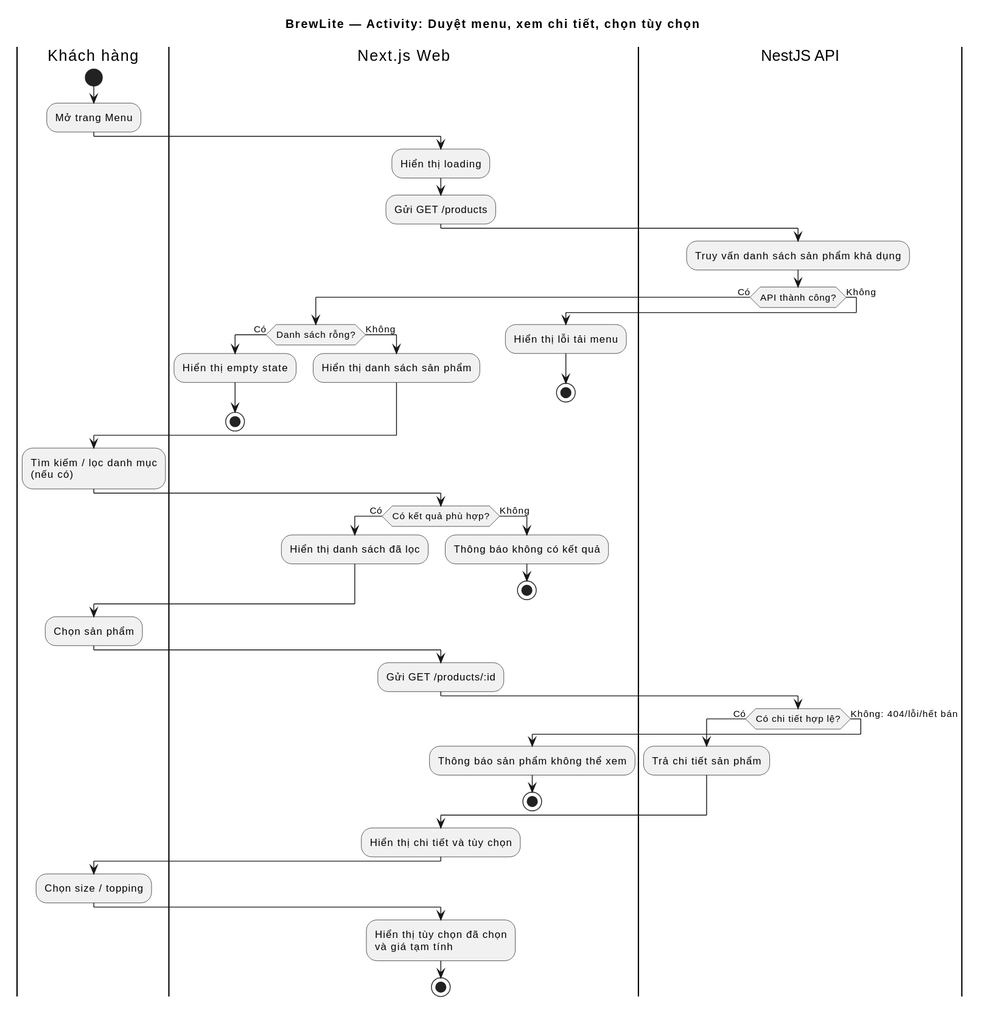
Before: docs/diagrams/activity-browse.svg, a diagram exported from PlantUML (ChienPM-27/BrewLite_assignment2). Source of this version:
```plantuml
@startuml
title BrewLite — Activity: Duyệt menu, xem chi tiết, chọn tùy chọn
skinparam shadowing false
|Khách hàng|
start
:Mở trang Menu;
|Next.js Web|
:Hiển thị loading;
:Gửi GET /products;
|NestJS API|
:Truy vấn danh sách sản phẩm khả dụng;
if (API thành công?) then (Có)
  |Next.js Web|
  if (Danh sách rỗng?) then (Có)
    :Hiển thị empty state;
    stop
  else (Không)
    :Hiển thị danh sách sản phẩm;
  endif
else (Không)
  |Next.js Web|
  :Hiển thị lỗi tải menu;
  stop
endif
|Khách hàng|
:Tìm kiếm / lọc danh mục\n(nếu có);
|Next.js Web|
if (Có kết quả phù hợp?) then (Có)
  :Hiển thị danh sách đã lọc;
else (Không)
  :Thông báo không có kết quả;
  stop
endif
|Khách hàng|
:Chọn sản phẩm;
|Next.js Web|
:Gửi GET /products/:id;
|NestJS API|
if (Có chi tiết hợp lệ?) then (Có)
  :Trả chi tiết sản phẩm;
else (Không: 404/lỗi/hết bán)
  |Next.js Web|
  :Thông báo sản phẩm không thể xem;
  stop
endif
|Next.js Web|
:Hiển thị chi tiết và tùy chọn;
|Khách hàng|
:Chọn size / topping;
|Next.js Web|
:Hiển thị tùy chọn đã chọn\nvà giá tạm tính;

stop
@enduml
```
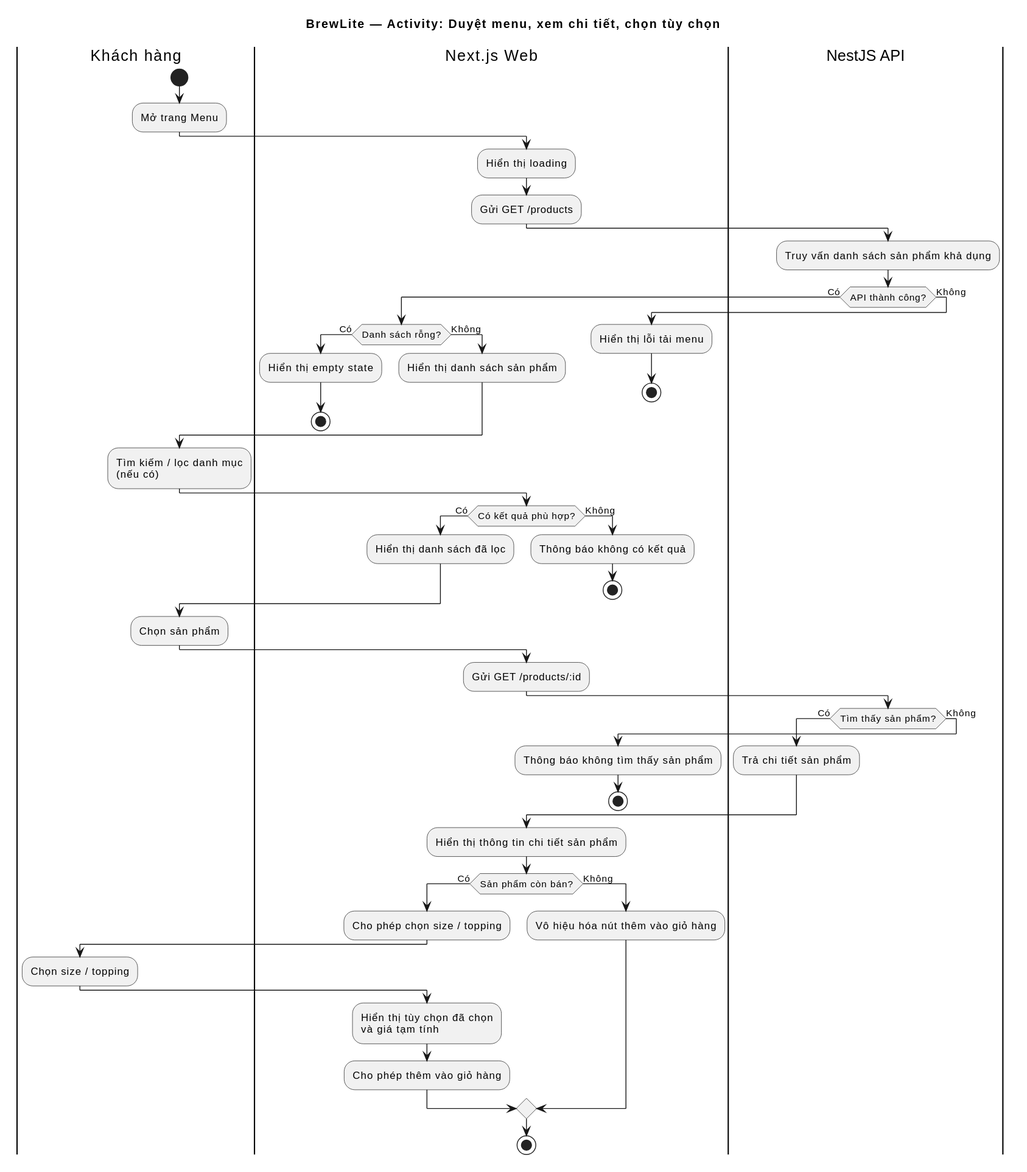
After the change.

Commit message:
docs(sp1-03): sync AC codes, update C4 SVG and activity diagram

Diff of the diagram source:
```diff
@@ -36,19 +36,27 @@
 |Next.js Web|
 :Gửi GET /products/:id;
 |NestJS API|
-if (Có chi tiết hợp lệ?) then (Có)
+if (Tìm thấy sản phẩm?) then (Có)
   :Trả chi tiết sản phẩm;
-else (Không: 404/lỗi/hết bán)
+else (Không)
   |Next.js Web|
-  :Thông báo sản phẩm không thể xem;
+  :Thông báo không tìm thấy sản phẩm;
   stop
 endif
+
 |Next.js Web|
-:Hiển thị chi tiết và tùy chọn;
-|Khách hàng|
-:Chọn size / topping;
-|Next.js Web|
-:Hiển thị tùy chọn đã chọn\nvà giá tạm tính;
+:Hiển thị thông tin chi tiết sản phẩm;
+
+if (Sản phẩm còn bán?) then (Có)
+  :Cho phép chọn size / topping;
+  |Khách hàng|
+  :Chọn size / topping;
+  |Next.js Web|
+  :Hiển thị tùy chọn đã chọn\nvà giá tạm tính;
+  :Cho phép thêm vào giỏ hàng;
+else (Không)
+  :Vô hiệu hóa nút thêm vào giỏ hàng;
+endif
 
 stop
 @enduml
```
